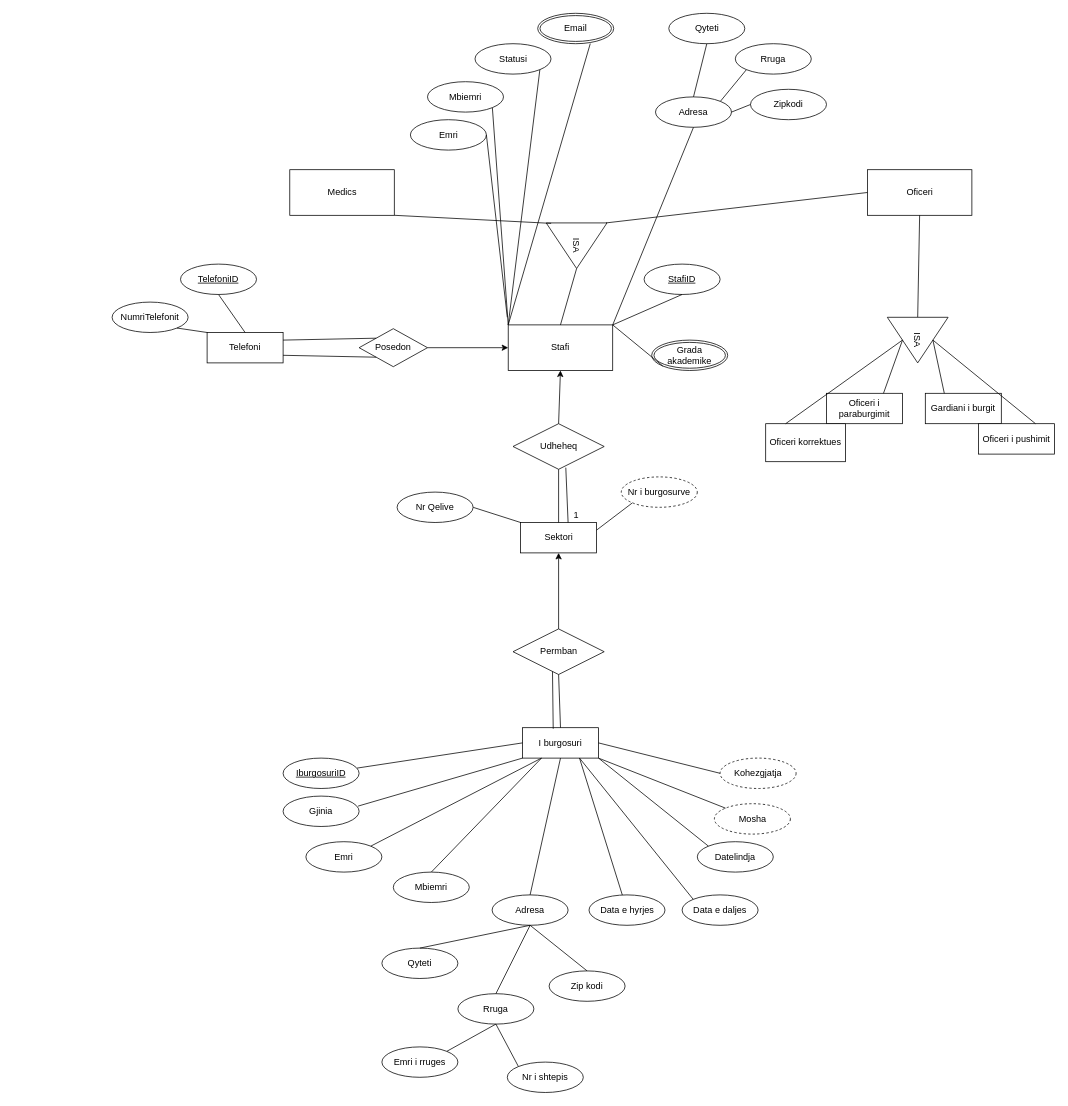
Earlier version of the draw.io diagram ER-Diagrams/Prison-Managmetn-Diagram.drawio (albani21/LabCourse1). Source tidied: cells renumbered, new cells numbered last; positions are measured from the earlier drawing's top-left corner, leaving out a move shared by most shapes. Both pictures are drawn from the tidied source at 76%, with x=0, y=0 at pixel (112, 13).
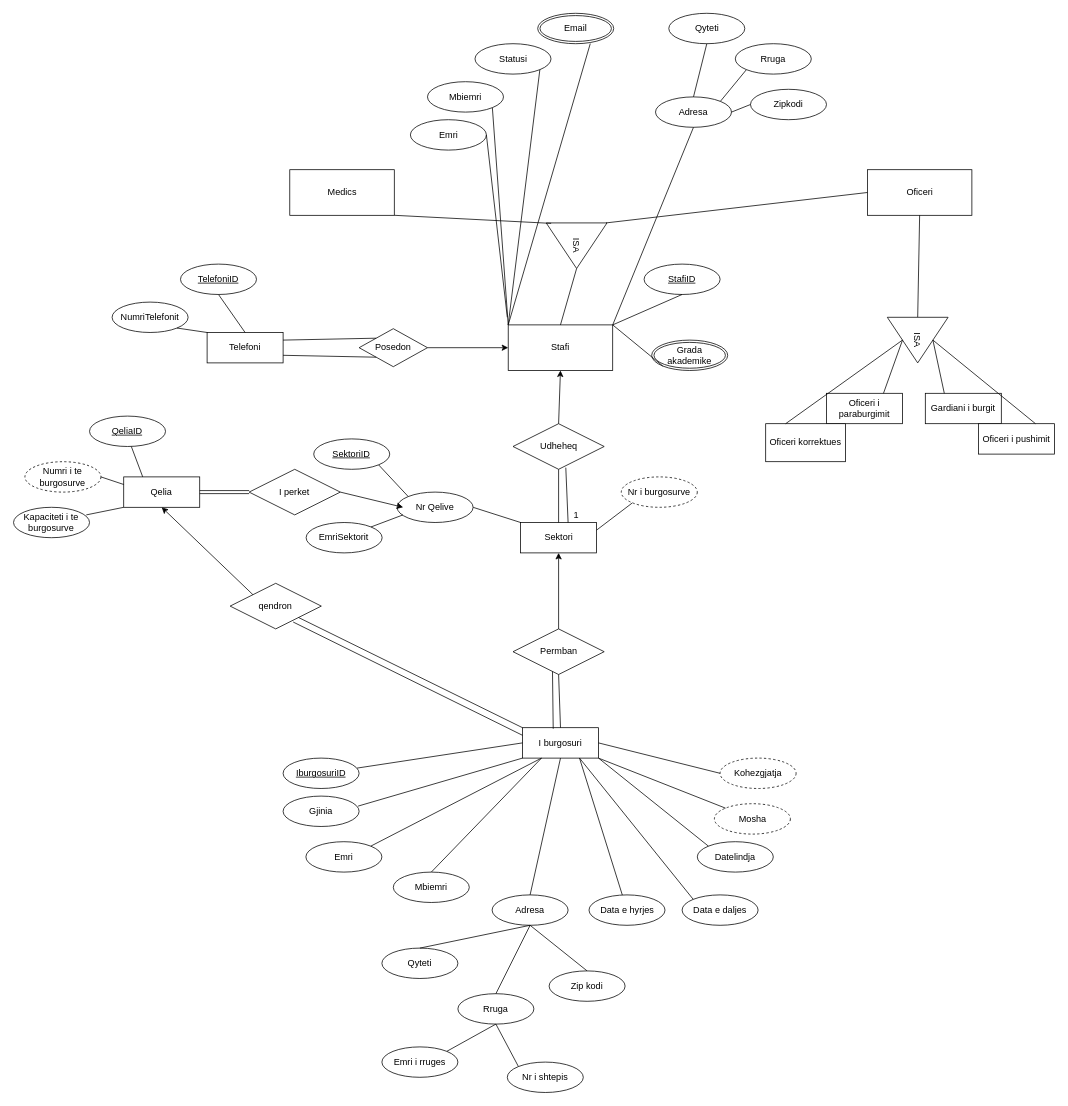
After the change.

Commit message:
added the Cell ERD

The change refers to these unchanged cells:
```xml
<mxCell id="4" value="I burgosuri" style="whiteSpace=wrap;html=1;align=center;" parent="1" vertex="1">
  <mxGeometry x="540" y="940" width="100" height="40" as="geometry" />
</mxCell>
<mxCell id="86" value="Nr Qelive" style="ellipse;whiteSpace=wrap;html=1;align=center;" parent="1" vertex="1">
  <mxGeometry x="375" y="630" width="100" height="40" as="geometry" />
</mxCell>
```

Change to the diagram source:
```diff
@@
+    <mxCell id="93" value="Qelia" style="whiteSpace=wrap;html=1;align=center;" parent="1" vertex="1">
+      <mxGeometry x="15.3" y="610" width="100" height="40" as="geometry" />
+    </mxCell>
+    <mxCell id="94" value="QeliaID" style="ellipse;whiteSpace=wrap;html=1;align=center;fontStyle=4;" parent="1" vertex="1">
+      <mxGeometry x="-29.7" y="530" width="100" height="40" as="geometry" />
+    </mxCell>
+    <mxCell id="95" value="EmriSektorit" style="ellipse;whiteSpace=wrap;html=1;align=center;" parent="1" vertex="1">
+      <mxGeometry x="255.3" y="670" width="100" height="40" as="geometry" />
+    </mxCell>
+    <mxCell id="96" value="SektoriID" style="ellipse;whiteSpace=wrap;html=1;align=center;fontStyle=4;" parent="1" vertex="1">
+      <mxGeometry x="265.3" y="560" width="100" height="40" as="geometry" />
+    </mxCell>
+    <mxCell id="97" style="endArrow=none;html=1;rounded=0;entryX=1;entryY=1;entryDx=0;entryDy=0;exitX=0;exitY=0;exitDx=0;exitDy=0;" parent="1" edge="1" source="86" target="96">
+      <mxGeometry relative="1" as="geometry" />
+    </mxCell>
+    <mxCell id="98" style="endArrow=none;html=1;rounded=0;entryX=0;entryY=1;entryDx=0;entryDy=0;exitX=1;exitY=0;exitDx=0;exitDy=0;" parent="1" edge="1" source="95">
+      <mxGeometry relative="1" as="geometry">
+        <mxPoint x="382.8" y="660" as="targetPoint" />
+      </mxGeometry>
+    </mxCell>
+    <mxCell id="99" value="qendron" style="shape=rhombus;perimeter=rhombusPerimeter;whiteSpace=wrap;html=1;align=center;" parent="1" vertex="1">
+      <mxGeometry x="155.3" y="750" width="120" height="60" as="geometry" />
+    </mxCell>
+    <mxCell id="100" style="endArrow=none;html=1;entryX=0;entryY=0.25;entryDx=0;entryDy=0;" parent="1" edge="1" target="4">
+      <mxGeometry relative="1" as="geometry">
+        <mxPoint x="238.3" y="801" as="sourcePoint" />
+      </mxGeometry>
+    </mxCell>
+    <mxCell id="101" style="endArrow=none;html=1;entryX=0;entryY=0;entryDx=0;entryDy=0;exitX=1;exitY=1;exitDx=0;exitDy=0;" parent="1" edge="1" source="99" target="4">
+      <mxGeometry relative="1" as="geometry" />
+    </mxCell>
+    <mxCell id="102" style="endArrow=classic;html=1;entryX=0.5;entryY=1;entryDx=0;entryDy=0;exitX=0;exitY=0;exitDx=0;exitDy=0;" parent="1" edge="1" source="99" target="93">
+      <mxGeometry relative="1" as="geometry" />
+    </mxCell>
+    <mxCell id="103" style="endArrow=none;html=1;exitX=0.25;exitY=0;exitDx=0;exitDy=0;" parent="1" edge="1" source="93">
+      <mxGeometry relative="1" as="geometry">
+        <mxPoint x="25.3" y="570" as="targetPoint" />
+        <Array as="points">
+          <mxPoint x="25.3" y="570" />
+        </Array>
+      </mxGeometry>
+    </mxCell>
+    <mxCell id="104" value="I perket" style="shape=rhombus;perimeter=rhombusPerimeter;whiteSpace=wrap;html=1;align=center;" parent="1" vertex="1">
+      <mxGeometry x="180.3" y="600" width="120" height="60" as="geometry" />
+    </mxCell>
+    <mxCell id="105" style="shape=link;html=1;entryX=0;entryY=0.5;entryDx=0;entryDy=0;exitX=1;exitY=0.5;exitDx=0;exitDy=0;" parent="1" edge="1" source="93" target="104">
+      <mxGeometry relative="1" as="geometry" />
+    </mxCell>
+    <mxCell id="106" style="endArrow=classic;html=1;exitX=1;exitY=0.5;exitDx=0;exitDy=0;" parent="1" edge="1" source="104">
+      <mxGeometry relative="1" as="geometry">
+        <mxPoint x="383" y="650" as="targetPoint" />
+      </mxGeometry>
+    </mxCell>
+    <mxCell id="107" value="Numri i te burgosurve" style="ellipse;whiteSpace=wrap;html=1;align=center;dashed=1;" parent="1" vertex="1">
+      <mxGeometry x="-114.7" y="590" width="100" height="40" as="geometry" />
+    </mxCell>
+    <mxCell id="108" style="endArrow=none;html=1;entryX=0.957;entryY=0.25;entryDx=0;entryDy=0;exitX=0;exitY=1;exitDx=0;exitDy=0;entryPerimeter=0;" parent="1" edge="1" source="93" target="110">
+      <mxGeometry relative="1" as="geometry" />
+    </mxCell>
+    <mxCell id="109" style="endArrow=none;html=1;entryX=1;entryY=0.5;entryDx=0;entryDy=0;exitX=0;exitY=0.25;exitDx=0;exitDy=0;" parent="1" edge="1" source="93" target="107">
+      <mxGeometry relative="1" as="geometry" />
+    </mxCell>
+    <mxCell id="110" value="Kapaciteti i te burgosurve" style="ellipse;whiteSpace=wrap;html=1;align=center;" parent="1" vertex="1">
+      <mxGeometry x="-129.7" y="650" width="100" height="40" as="geometry" />
+    </mxCell>
```
